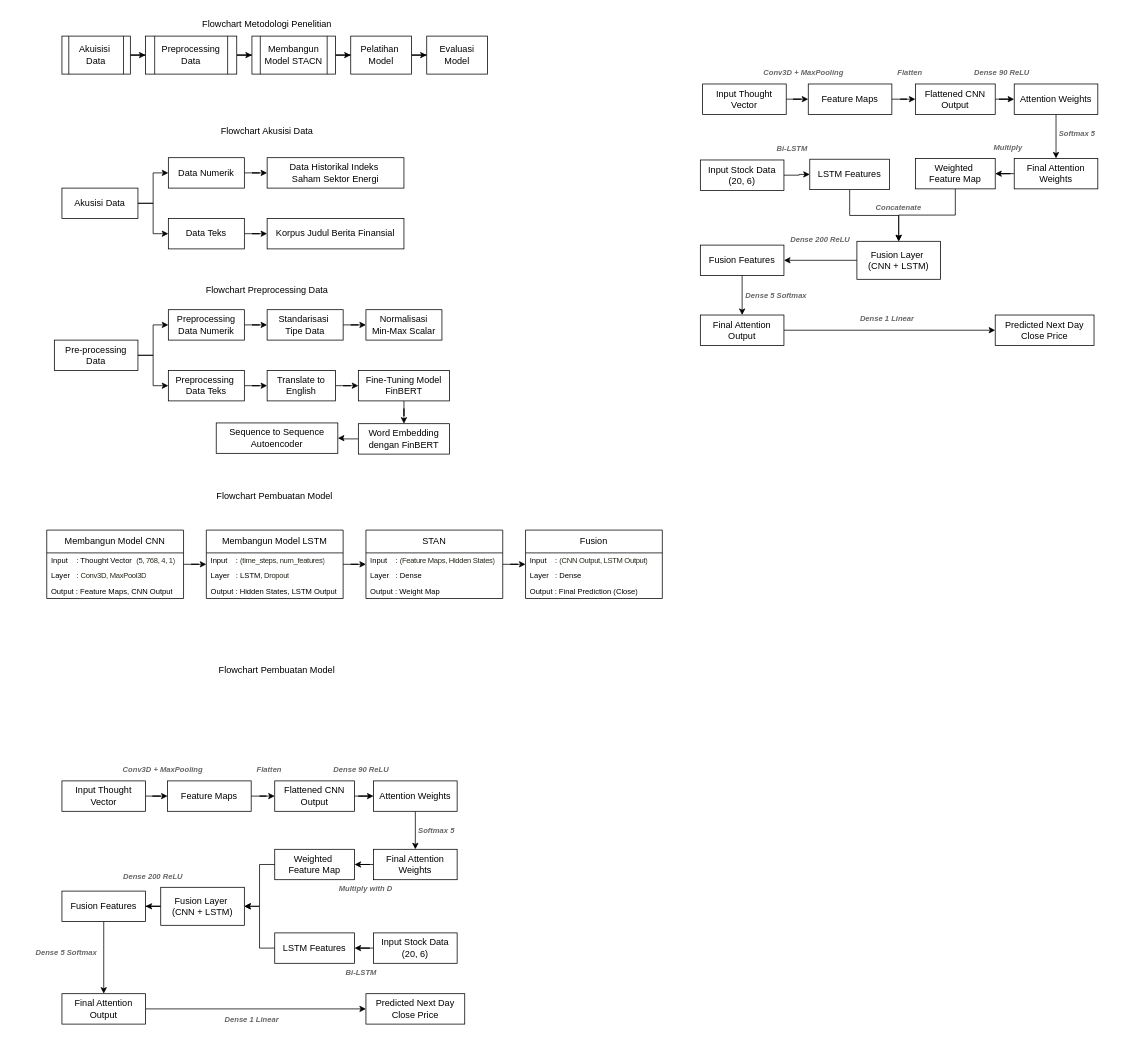
This is Untitled Diagram.drawio from novitangrn/STACN, a draw.io file, before an edit. Source tidied: cells renumbered, new cells numbered last; positions are measured from the earlier drawing's top-left corner, leaving out a move shared by most shapes. Both pictures are drawn from the tidied source at 76%, with x=0, y=0 at pixel (13, 13).
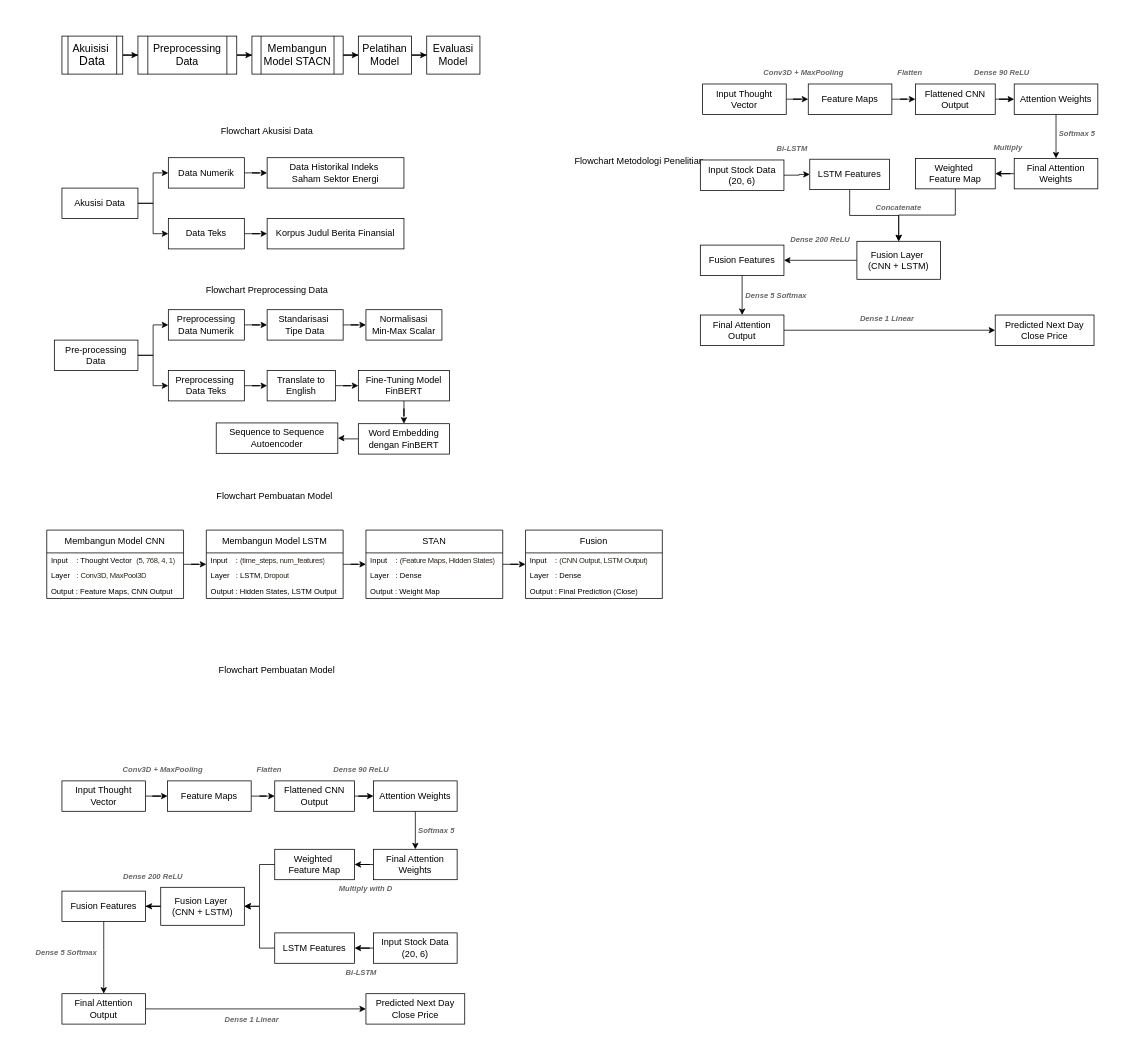
The same page after the edit.

The edit, as a diff of the source:
```diff
@@
-    <mxCell id="3" value="Akuisisi&amp;nbsp;&lt;div&gt;Data&lt;/div&gt;" style="shape=process;whiteSpace=wrap;html=1;backgroundOutline=1;" parent="1" vertex="1">
-      <mxGeometry x="64" y="30" width="90" height="50" as="geometry" />
+    <mxCell id="3" value="&lt;font style=&quot;font-size: 14px;&quot;&gt;Akuisisi&amp;nbsp;&lt;/font&gt;&lt;div&gt;&lt;font size=&quot;3&quot;&gt;Data&lt;/font&gt;&lt;/div&gt;" style="shape=process;whiteSpace=wrap;html=1;backgroundOutline=1;" parent="1" vertex="1">
+      <mxGeometry x="64" y="30" width="80" height="50" as="geometry" />
     </mxCell>
@@
-    <mxCell id="5" value="Preprocessing Data" style="shape=process;whiteSpace=wrap;html=1;backgroundOutline=1;" parent="1" vertex="1">
-      <mxGeometry x="174" y="30" width="120" height="50" as="geometry" />
+    <mxCell id="5" value="&lt;font style=&quot;font-size: 14px;&quot;&gt;Preprocessing Data&lt;/font&gt;" style="shape=process;whiteSpace=wrap;html=1;backgroundOutline=1;" parent="1" vertex="1">
+      <mxGeometry x="164" y="30" width="130" height="50" as="geometry" />
     </mxCell>
@@
-    <mxCell id="7" value="Membangun Model STACN" style="shape=process;whiteSpace=wrap;html=1;backgroundOutline=1;" parent="1" vertex="1">
-      <mxGeometry x="314" y="30" width="110" height="50" as="geometry" />
+    <mxCell id="7" value="&lt;font style=&quot;font-size: 14px;&quot;&gt;Membangun Model STACN&lt;/font&gt;" style="shape=process;whiteSpace=wrap;html=1;backgroundOutline=1;" parent="1" vertex="1">
+      <mxGeometry x="314" y="30" width="120" height="50" as="geometry" />
     </mxCell>
@@
-    <mxCell id="9" value="Pelatihan&amp;nbsp;&lt;div&gt;Model&lt;/div&gt;" style="whiteSpace=wrap;html=1;" parent="1" vertex="1">
-      <mxGeometry x="444" y="30" width="80" height="50" as="geometry" />
+    <mxCell id="9" value="&lt;font style=&quot;font-size: 14px;&quot;&gt;Pelatihan&lt;/font&gt;&lt;div&gt;&lt;font style=&quot;font-size: 14px;&quot;&gt;Model&lt;/font&gt;&lt;/div&gt;" style="whiteSpace=wrap;html=1;" parent="1" vertex="1">
+      <mxGeometry x="454" y="30" width="70" height="50" as="geometry" />
     </mxCell>
     <mxCell id="10" value="Flowchart Metodologi Penelitian" style="text;html=1;align=center;verticalAlign=middle;whiteSpace=wrap;rounded=0;" parent="1" vertex="1">
-      <mxGeometry x="194" width="280" height="30" as="geometry" />
+      <mxGeometry x="684" y="180" width="280" height="30" as="geometry" />
     </mxCell>
@@
-    <mxCell id="40" value="Evaluasi&lt;div&gt;Model&lt;/div&gt;" style="whiteSpace=wrap;html=1;" parent="1" vertex="1">
-      <mxGeometry x="544" y="30" width="80" height="50" as="geometry" />
+    <mxCell id="40" value="&lt;font style=&quot;font-size: 14px;&quot;&gt;Evaluasi&lt;/font&gt;&lt;div&gt;&lt;font style=&quot;font-size: 14px;&quot;&gt;Model&lt;/font&gt;&lt;/div&gt;" style="whiteSpace=wrap;html=1;" parent="1" vertex="1">
+      <mxGeometry x="544" y="30" width="70" height="50" as="geometry" />
     </mxCell>
```
